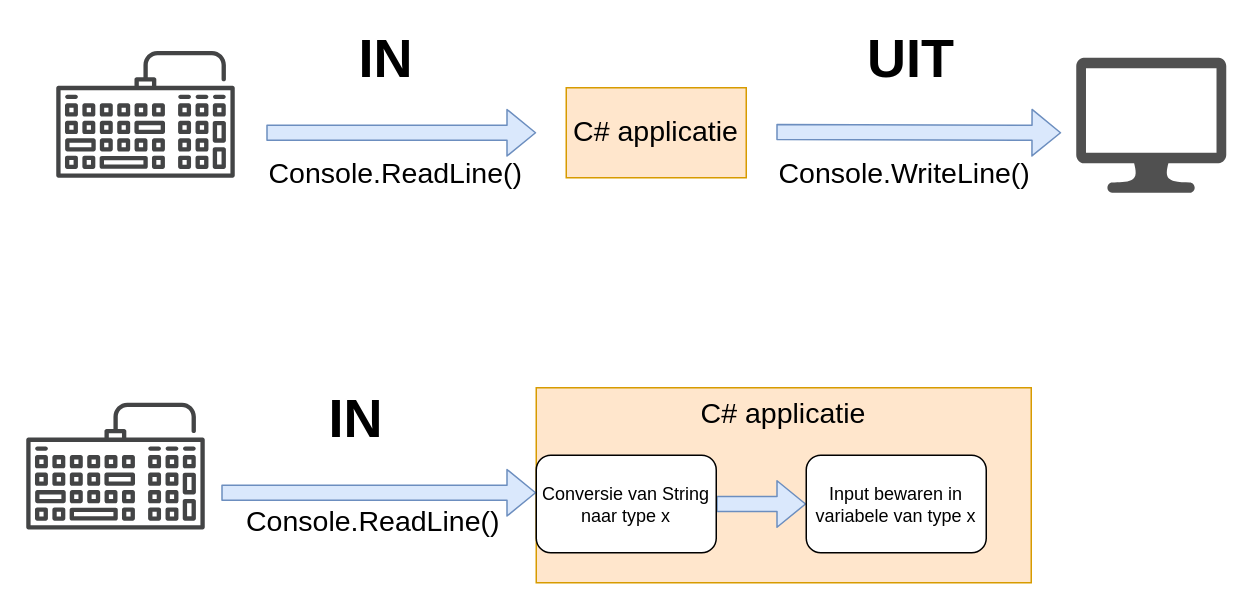
Above: page "in uit" (5 of 10) of assets/svg diagrams.drawio in timdams/ziescherpscherper_gitbook (draw.io), before the change. Source tidied: cells renumbered, new cells numbered last; positions are measured from the earlier drawing's top-left corner, leaving out a move shared by most shapes. Both pictures are drawn from the tidied source at 150%, with x=0, y=0 at pixel (26, 42).
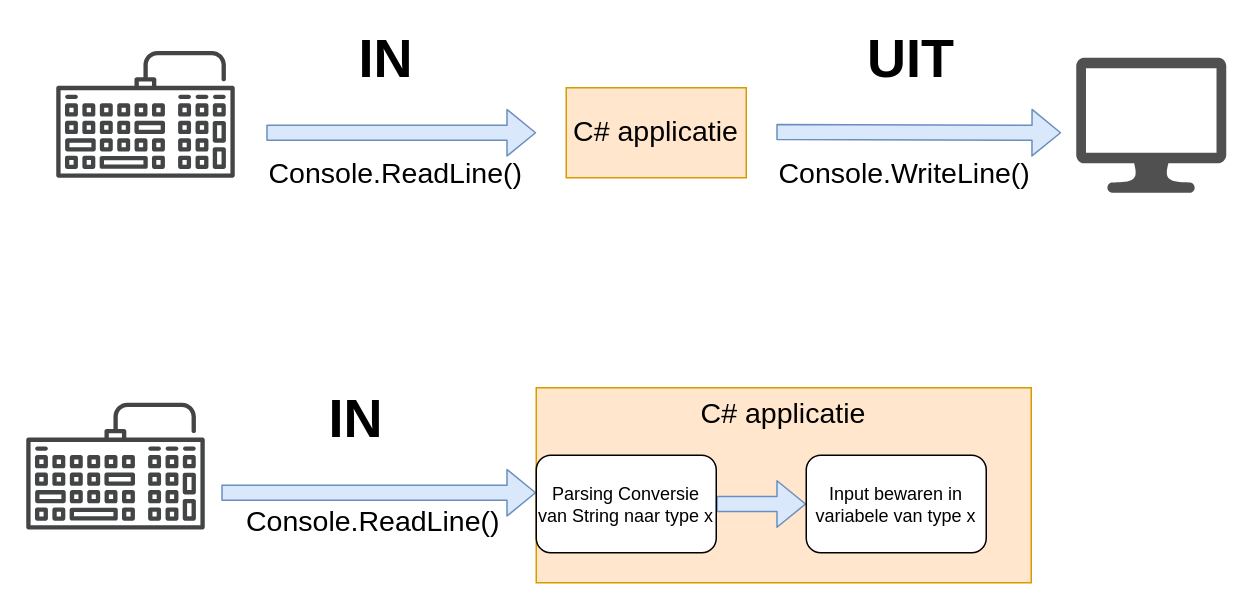
The same page after the edit.

Commit message (it also covers changes not shown here):
extra tekeningen conversie en casting

Change to the diagram source:
```diff
@@
-    <mxCell id="13" value="Conversie van String naar type x" style="rounded=1;whiteSpace=wrap;html=1;" parent="1" vertex="1">
+    <mxCell id="13" value="Parsing Conversie van String naar type x" style="rounded=1;whiteSpace=wrap;html=1;" parent="1" vertex="1">
       <mxGeometry x="340" y="275" width="120" height="65" as="geometry" />
     </mxCell>
```
